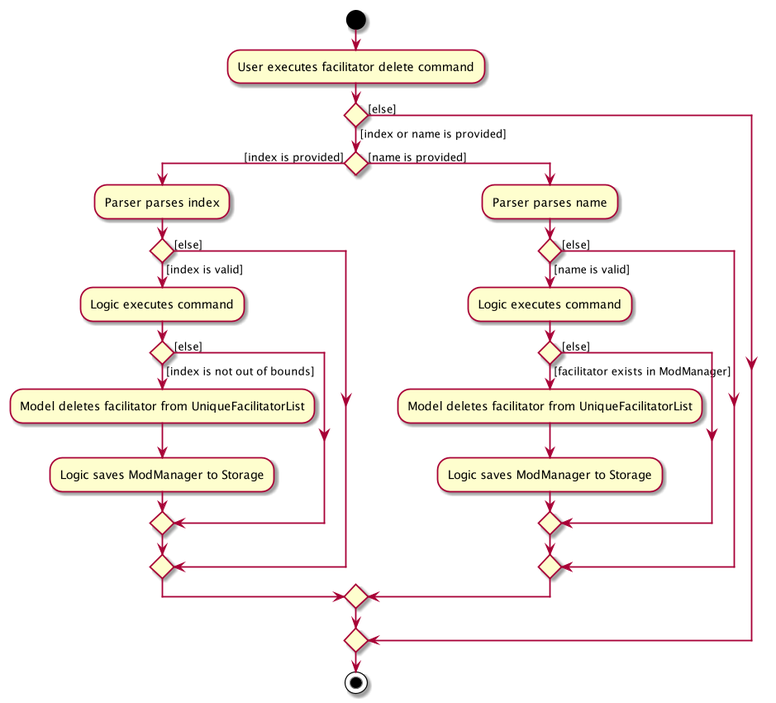
Before: docs/images/FacilitatorDeleteActivityDiagram.png, a diagram exported from PlantUML (zixinn/main).
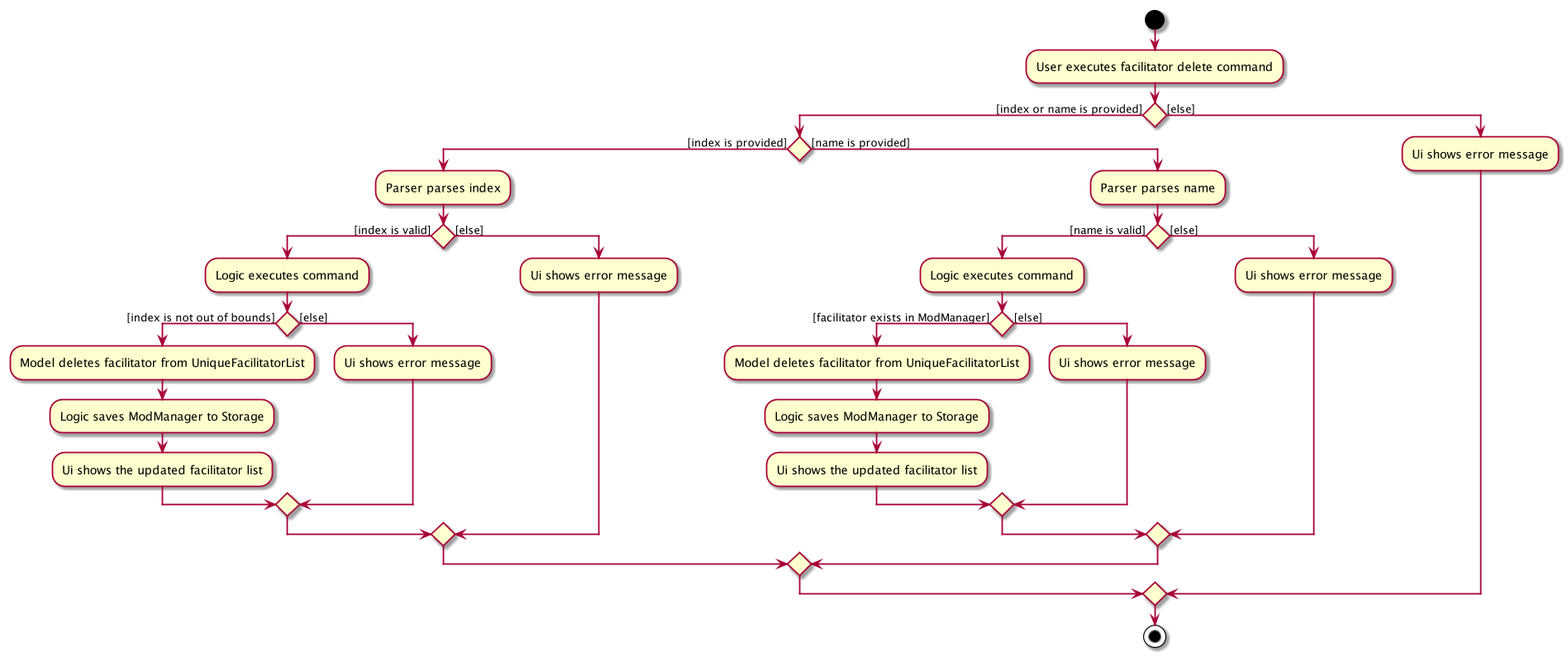
After the commit.

Diff of the diagram source:
```diff
@@ -9,9 +9,12 @@
             if () then ([index is not out of bounds])
                 :Model deletes facilitator from UniqueFacilitatorList;
                 :Logic saves ModManager to Storage;
+                :Ui shows the updated facilitator list;
             else ([else])
+                :Ui shows error message;
             endif
         else ([else])
+            :Ui shows error message;
         endif
     else ([name is provided])
         :Parser parses name;
@@ -20,12 +23,16 @@
             if () then ([facilitator exists in ModManager])
                 :Model deletes facilitator from UniqueFacilitatorList;
                 :Logic saves ModManager to Storage;
+                :Ui shows the updated facilitator list;
             else ([else])
+                :Ui shows error message;
             endif
         else ([else])
+            :Ui shows error message;
         endif
     endif
 else ([else])
+    :Ui shows error message;
 endif
 stop
 @enduml
```
